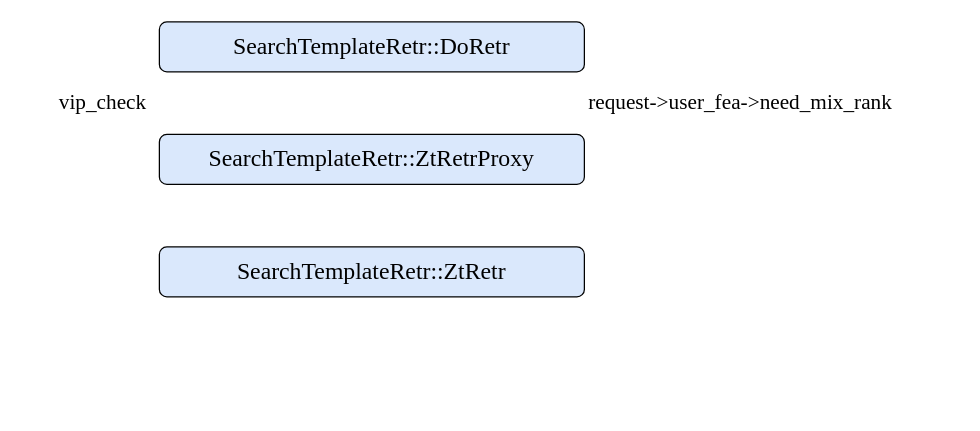
This is 251105.drawio from limpid-11/drawio, a draw.io file, before an edit. Source tidied: cells renumbered, new cells numbered last; positions are measured from the earlier drawing's top-left corner, leaving out a move shared by most shapes. Both pictures are drawn from the tidied source at 125%, with x=0, y=0 at pixel (21, 21).
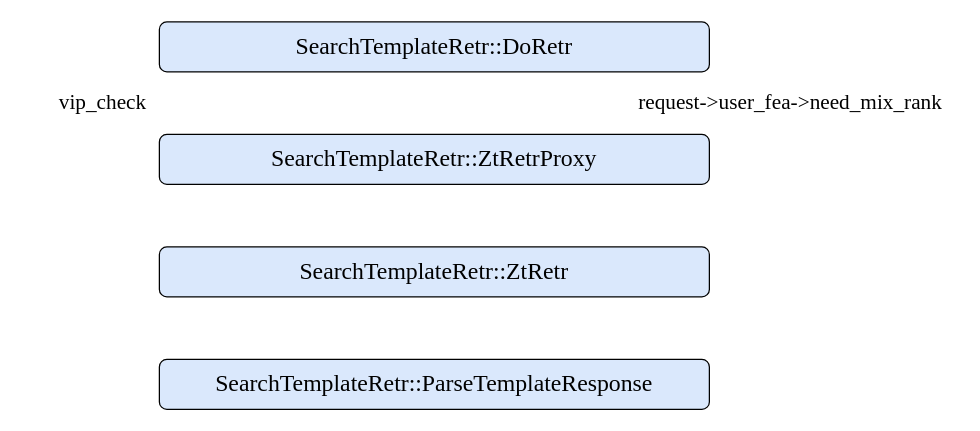
The same page after the edit.

The edit, as a diff of the source:
```diff
@@
 <mxGraphModel>
   <root>
     <mxCell id="0" />
     <mxCell id="1" parent="0" />
     <mxCell id="2" value="SearchTemplateRetr::DoRetr" style="rounded=1;whiteSpace=wrap;html=1;fontFamily=Times New Roman;fontSize=19;fillColor=#dae8fc;strokeColor=#000000;" parent="1" vertex="1">
-      <mxGeometry x="110" width="340" height="40" as="geometry" />
+      <mxGeometry x="110" width="440" height="40" as="geometry" />
     </mxCell>
     <mxCell id="3" value="SearchTemplateRetr::ZtRetrProxy" style="rounded=1;whiteSpace=wrap;html=1;fontFamily=Times New Roman;fontSize=19;fillColor=#dae8fc;strokeColor=#000000;" parent="1" vertex="1">
-      <mxGeometry x="110" y="90" width="340" height="40" as="geometry" />
+      <mxGeometry x="110" y="90" width="440" height="40" as="geometry" />
     </mxCell>
     <mxCell id="4" value="&lt;span style=&quot;font-size: 17px; text-align: left; white-space: pre;&quot;&gt;request&lt;/span&gt;&lt;span style=&quot;font-size: 17px; text-align: left; white-space: pre;&quot;&gt;-&amp;gt;&lt;/span&gt;&lt;span style=&quot;font-size: 17px; text-align: left; white-space: pre;&quot;&gt;user_fea&lt;/span&gt;&lt;span style=&quot;font-size: 17px; text-align: left; white-space: pre;&quot;&gt;-&amp;gt;&lt;/span&gt;&lt;span style=&quot;font-size: 17px; text-align: left; white-space: pre;&quot;&gt;need_mix_rank&lt;/span&gt;" style="text;html=1;whiteSpace=wrap;strokeColor=none;fillColor=none;align=center;verticalAlign=middle;rounded=0;fontFamily=Times New Roman;fontColor=#000000;labelBorderColor=none;labelBackgroundColor=default;" parent="1" vertex="1">
-      <mxGeometry x="440" y="45" width="270" height="40" as="geometry" />
+      <mxGeometry x="480" y="45" width="270" height="40" as="geometry" />
     </mxCell>
     <mxCell id="5" value="&lt;span style=&quot;text-align: left;&quot;&gt;&lt;span style=&quot;font-size: 17px; white-space: pre;&quot;&gt;vip_check&lt;/span&gt;&lt;/span&gt;" style="text;html=1;whiteSpace=wrap;strokeColor=none;fillColor=none;align=center;verticalAlign=middle;rounded=0;fontFamily=Times New Roman;fontColor=#000000;labelBorderColor=none;labelBackgroundColor=default;" parent="1" vertex="1">
       <mxGeometry y="40" width="130" height="50" as="geometry" />
     </mxCell>
     <mxCell id="6" value="SearchTemplateRetr::ZtRetr" style="rounded=1;whiteSpace=wrap;html=1;fontFamily=Times New Roman;fontSize=19;fillColor=#dae8fc;strokeColor=#000000;" parent="1" vertex="1">
-      <mxGeometry x="110" y="180" width="340" height="40" as="geometry" />
+      <mxGeometry x="110" y="180" width="440" height="40" as="geometry" />
     </mxCell>
+    <mxCell id="7" value="SearchTemplateRetr::ParseTemplateResponse" style="rounded=1;whiteSpace=wrap;html=1;fontFamily=Times New Roman;fontSize=19;fillColor=#dae8fc;strokeColor=#000000;" parent="1" vertex="1">
+      <mxGeometry x="110" y="270" width="440" height="40" as="geometry" />
+    </mxCell>
   </root>
 </mxGraphModel>
```
